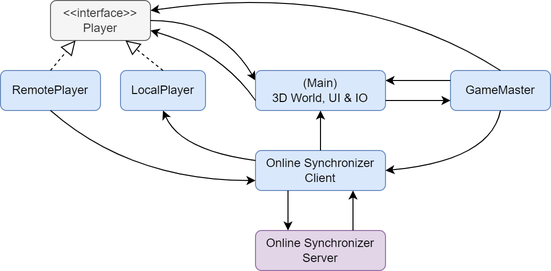
The draw.io diagram docs/process_architecture.png in joonashalinen/bloxu, before a commit. Source tidied: cells renumbered, new cells last; positions are measured from the earlier drawing's top-left corner, leaving out a move shared by most shapes.
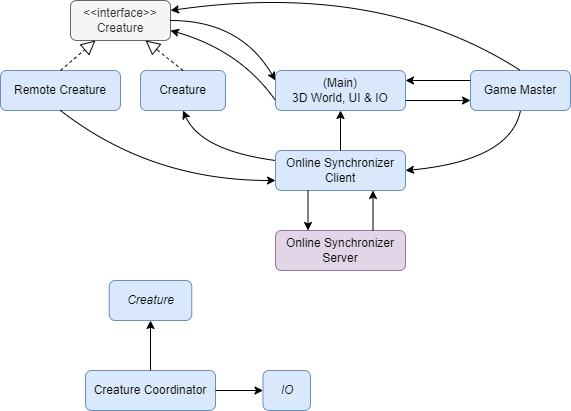
Later version of the same file.

The edit, as a diff of the source:
```diff
@@ -2,10 +2,10 @@
   <root>
     <mxCell id="0" />
     <mxCell id="1" parent="0" />
-    <mxCell id="2" value="&amp;lt;&amp;lt;interface&amp;gt;&amp;gt;&lt;br&gt;Player" style="rounded=1;whiteSpace=wrap;html=1;fillColor=#f5f5f5;strokeColor=#666666;fontColor=#333333;" parent="1" vertex="1">
+    <mxCell id="2" value="&amp;lt;&amp;lt;interface&amp;gt;&amp;gt;&lt;br&gt;Creature" style="rounded=1;whiteSpace=wrap;html=1;fillColor=#f5f5f5;strokeColor=#666666;fontColor=#333333;" parent="1" vertex="1">
       <mxGeometry x="50" y="20" width="100" height="40" as="geometry" />
     </mxCell>
-    <mxCell id="3" value="GameMaster" style="rounded=1;whiteSpace=wrap;html=1;fillColor=#dae8fc;strokeColor=#6c8ebf;" parent="1" vertex="1">
+    <mxCell id="3" value="Game Master" style="rounded=1;whiteSpace=wrap;html=1;fillColor=#dae8fc;strokeColor=#6c8ebf;" parent="1" vertex="1">
       <mxGeometry x="450" y="90" width="100" height="40" as="geometry" />
     </mxCell>
     <mxCell id="4" style="endArrow=classic;html=1;curved=1;exitX=1;exitY=0.5;exitDx=0;exitDy=0;entryX=0;entryY=0.25;entryDx=0;entryDy=0;" parent="1" edge="1" source="2" target="7">
@@ -31,14 +31,14 @@
     <mxCell id="8" value="Online Synchronizer Client" style="rounded=1;whiteSpace=wrap;html=1;fillColor=#dae8fc;strokeColor=#6c8ebf;" parent="1" vertex="1">
       <mxGeometry x="255" y="170" width="130" height="40" as="geometry" />
     </mxCell>
-    <mxCell id="9" value="LocalPlayer" style="rounded=1;whiteSpace=wrap;html=1;fillColor=#dae8fc;strokeColor=#6c8ebf;" parent="1" vertex="1">
+    <mxCell id="9" value="Creature" style="rounded=1;whiteSpace=wrap;html=1;fillColor=#dae8fc;strokeColor=#6c8ebf;" parent="1" vertex="1">
       <mxGeometry x="120" y="90" width="85" height="40" as="geometry" />
     </mxCell>
     <mxCell id="10" style="endArrow=classic;html=1;rounded=0;entryX=0.5;entryY=1;entryDx=0;entryDy=0;exitX=0.5;exitY=0;exitDx=0;exitDy=0;" parent="1" edge="1" source="8" target="7">
       <mxGeometry relative="1" as="geometry" />
     </mxCell>
-    <mxCell id="11" value="RemotePlayer" style="rounded=1;whiteSpace=wrap;html=1;fillColor=#dae8fc;strokeColor=#6c8ebf;" parent="1" vertex="1">
-      <mxGeometry y="90" width="100" height="40" as="geometry" />
+    <mxCell id="11" value="Remote Creature" style="rounded=1;whiteSpace=wrap;html=1;fillColor=#dae8fc;strokeColor=#6c8ebf;" parent="1" vertex="1">
+      <mxGeometry x="-20" y="90" width="120" height="40" as="geometry" />
     </mxCell>
     <mxCell id="12" style="endArrow=block;dashed=1;endFill=0;endSize=12;html=1;rounded=0;exitX=0.5;exitY=0;exitDx=0;exitDy=0;entryX=0.25;entryY=1;entryDx=0;entryDy=0;" parent="1" edge="1" source="11" target="2">
       <mxGeometry relative="1" as="geometry" />
@@ -86,5 +86,20 @@
         </Array>
       </mxGeometry>
     </mxCell>
+    <mxCell id="22" value="Creature Coordinator" style="rounded=1;whiteSpace=wrap;html=1;fillColor=#dae8fc;strokeColor=#6c8ebf;" parent="1" vertex="1">
+      <mxGeometry x="65" y="390" width="130" height="40" as="geometry" />
+    </mxCell>
+    <mxCell id="23" value="&lt;i&gt;IO&lt;/i&gt;" style="rounded=1;whiteSpace=wrap;html=1;fillColor=#dae8fc;strokeColor=#6c8ebf;" parent="1" vertex="1">
+      <mxGeometry x="242.5" y="390" width="47.5" height="40" as="geometry" />
+    </mxCell>
+    <mxCell id="24" value="&lt;i&gt;Creature&lt;/i&gt;" style="rounded=1;whiteSpace=wrap;html=1;fillColor=#dae8fc;strokeColor=#6c8ebf;" parent="1" vertex="1">
+      <mxGeometry x="88.8" y="300" width="82.5" height="40" as="geometry" />
+    </mxCell>
+    <mxCell id="25" style="endArrow=classic;html=1;entryX=0.5;entryY=1;entryDx=0;entryDy=0;curved=1;exitX=0.5;exitY=0;exitDx=0;exitDy=0;" parent="1" edge="1" source="22" target="24">
+      <mxGeometry relative="1" as="geometry" />
+    </mxCell>
+    <mxCell id="26" style="endArrow=classic;html=1;entryX=0;entryY=0.5;entryDx=0;entryDy=0;curved=1;exitX=1;exitY=0.5;exitDx=0;exitDy=0;" parent="1" edge="1" source="22" target="23">
+      <mxGeometry relative="1" as="geometry" />
+    </mxCell>
   </root>
 </mxGraphModel>
```
